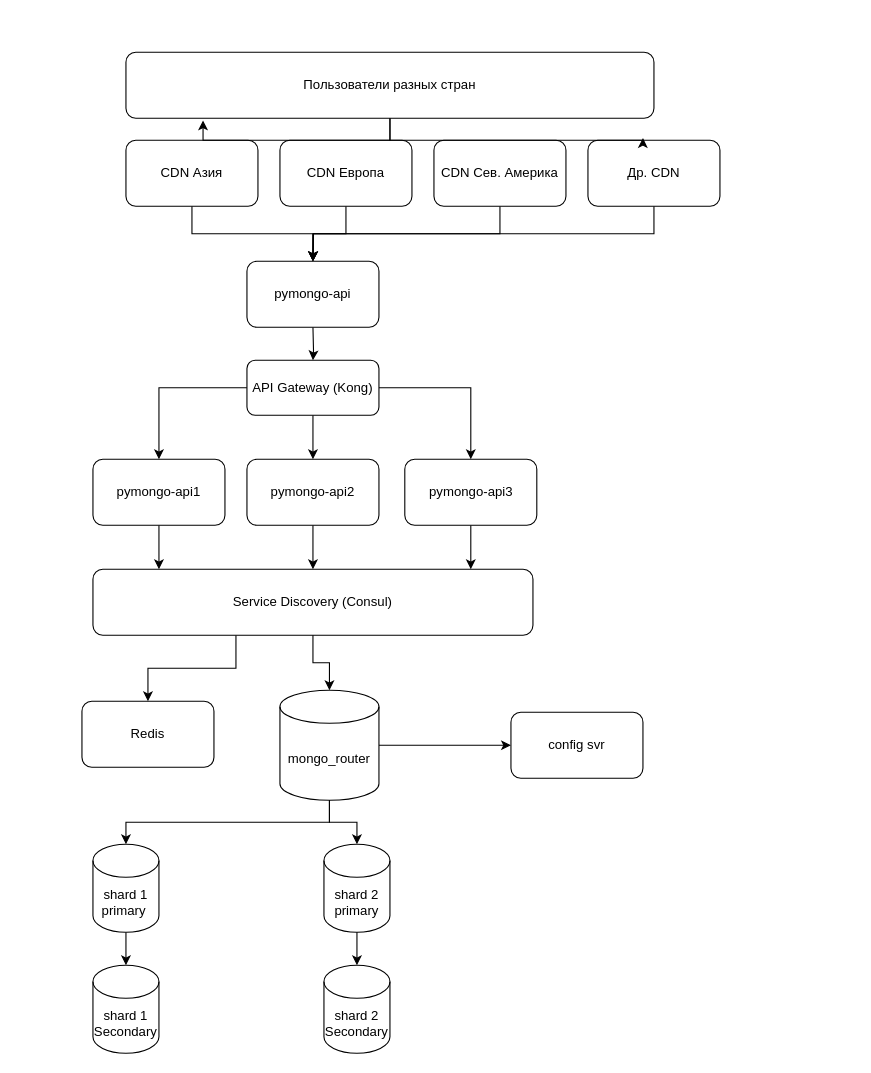
Earlier version of the draw.io diagram schemas/CDN.drawio (Gyxer513/architecture-black_friday). Source tidied: cells renumbered, new cells numbered last; positions are measured from the earlier drawing's top-left corner, leaving out a move shared by most shapes. Both pictures are drawn from the tidied source at 110%, with x=0, y=0 at pixel (81, 52).
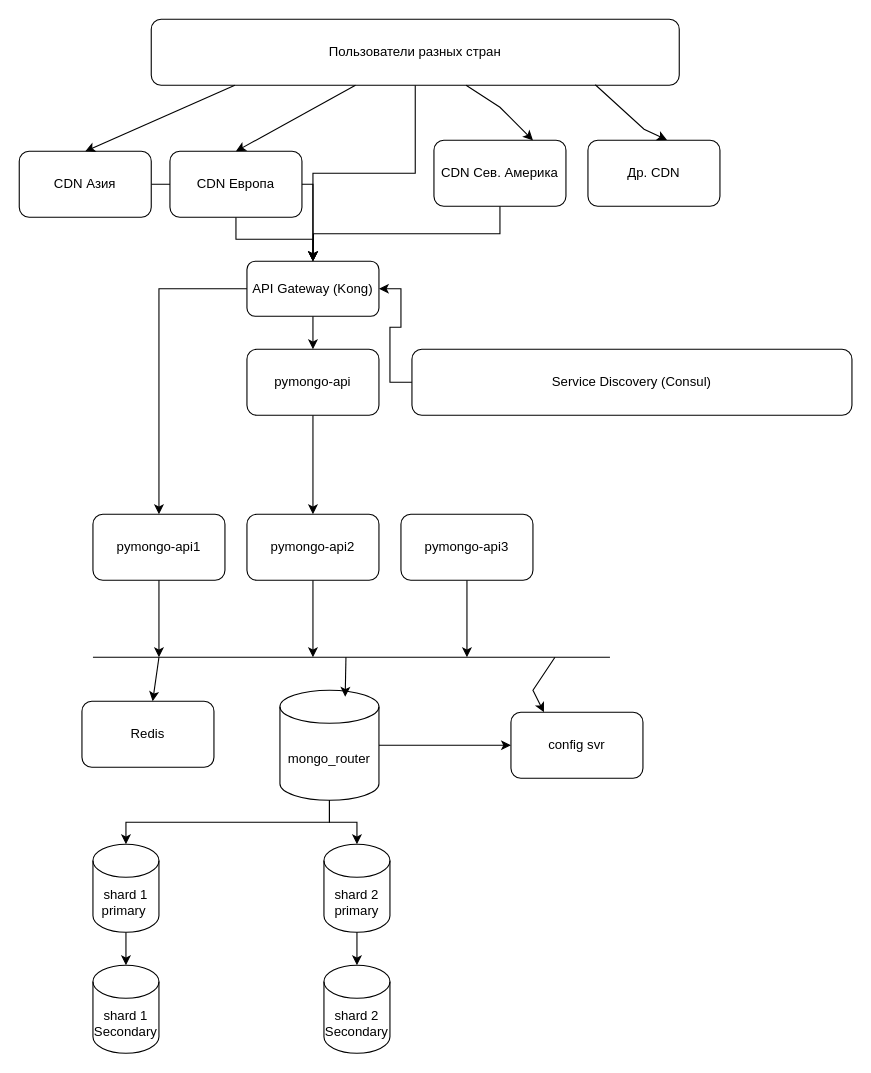
Above is the later version.

The change refers to these unchanged cells:
```xml
<mxCell id="4" value="mongo_router" style="shape=cylinder3;whiteSpace=wrap;html=1;boundedLbl=1;backgroundOutline=1;size=15;" parent="1" vertex="1">
  <mxGeometry x="180" y="580" width="90" height="100" as="geometry" />
</mxCell>
<mxCell id="7" value="config svr" style="rounded=1;whiteSpace=wrap;html=1;" parent="1" vertex="1">
  <mxGeometry x="390" y="600" width="120" height="60" as="geometry" />
</mxCell>
<mxCell id="9" value="shard 1 primary&amp;nbsp;" style="shape=cylinder3;whiteSpace=wrap;html=1;boundedLbl=1;backgroundOutline=1;size=15;" parent="1" vertex="1">
  <mxGeometry x="10" y="720" width="60" height="80" as="geometry" />
</mxCell>
<mxCell id="10" value="shard 2 primary" style="shape=cylinder3;whiteSpace=wrap;html=1;boundedLbl=1;backgroundOutline=1;size=15;" parent="1" vertex="1">
  <mxGeometry x="220" y="720" width="60" height="80" as="geometry" />
</mxCell>
<mxCell id="15" value="Redis" style="rounded=1;whiteSpace=wrap;html=1;" parent="1" vertex="1">
  <mxGeometry y="590" width="120" height="60" as="geometry" />
</mxCell>
<mxCell id="35" value="CDN Сев. Америка" style="rounded=1;whiteSpace=wrap;html=1;" parent="1" vertex="1">
  <mxGeometry x="320" y="80" width="120" height="60" as="geometry" />
</mxCell>
<mxCell id="37" value="Др. CDN" style="rounded=1;whiteSpace=wrap;html=1;" parent="1" vertex="1">
  <mxGeometry x="460" y="80" width="120" height="60" as="geometry" />
</mxCell>
```

The edit, as a diff of the source:
```diff
@@
-    <mxCell id="5" style="edgeStyle=orthogonalEdgeStyle;rounded=0;jettySize=auto;html=1;" parent="1" edge="1" source="6" target="27">
-      <mxGeometry relative="1" as="geometry">
-        <Array as="points">
-          <mxPoint x="70" y="480" />
-          <mxPoint x="70" y="480" />
-        </Array>
-      </mxGeometry>
-    </mxCell>
+    <mxCell id="40" style="edgeStyle=orthogonalEdgeStyle;rounded=0;jettySize=auto;html=1;exitX=0.5;exitY=1;exitDx=0;exitDy=0;" parent="1" edge="1" source="6">
+      <mxGeometry relative="1" as="geometry">
+        <mxPoint x="69.5" y="460" as="targetPoint" />
+      </mxGeometry>
+    </mxCell>
+    <mxCell id="41" style="edgeStyle=orthogonalEdgeStyle;rounded=0;jettySize=auto;html=1;" parent="1" edge="1" source="6">
+      <mxGeometry relative="1" as="geometry">
+        <mxPoint x="70" y="550" as="targetPoint" />
+      </mxGeometry>
+    </mxCell>
     <mxCell id="6" value="pymongo-api1" style="rounded=1;whiteSpace=wrap;html=1;" parent="1" vertex="1">
-      <mxGeometry x="10" y="370" width="120" height="60" as="geometry" />
+      <mxGeometry x="10" y="420" width="120" height="60" as="geometry" />
     </mxCell>
@@
-    <mxCell id="8" style="edgeStyle=orthogonalEdgeStyle;rounded=0;jettySize=auto;html=1;" parent="1" edge="1" source="9">
-      <mxGeometry relative="1" as="geometry">
-        <mxPoint x="40" y="830" as="targetPoint" />
-      </mxGeometry>
-    </mxCell>
+    <mxCell id="42" style="edgeStyle=orthogonalEdgeStyle;rounded=0;jettySize=auto;html=1;" parent="1" edge="1" source="9">
+      <mxGeometry relative="1" as="geometry">
+        <mxPoint x="40" y="830" as="targetPoint" />
+      </mxGeometry>
+    </mxCell>
@@
-    <mxCell id="14" style="edgeStyle=orthogonalEdgeStyle;rounded=0;jettySize=auto;html=1;entryX=0.5;entryY=0;entryDx=0;entryDy=0;entryPerimeter=0;" parent="1" edge="1" source="10">
-      <mxGeometry relative="1" as="geometry">
-        <mxPoint x="250" y="830" as="targetPoint" />
-      </mxGeometry>
-    </mxCell>
+    <mxCell id="43" style="edgeStyle=orthogonalEdgeStyle;rounded=0;jettySize=auto;html=1;entryX=0.5;entryY=0;entryDx=0;entryDy=0;entryPerimeter=0;" parent="1" edge="1" source="10">
+      <mxGeometry relative="1" as="geometry">
+        <mxPoint x="250" y="830" as="targetPoint" />
+      </mxGeometry>
+    </mxCell>
@@
-    <mxCell id="16" style="edgeStyle=orthogonalEdgeStyle;rounded=0;jettySize=auto;html=1;entryX=0.5;entryY=0;entryDx=0;entryDy=0;" parent="1" edge="1" source="17" target="27">
-      <mxGeometry relative="1" as="geometry" />
-    </mxCell>
+    <mxCell id="44" style="edgeStyle=orthogonalEdgeStyle;rounded=0;jettySize=auto;html=1;" parent="1" edge="1" source="17">
+      <mxGeometry relative="1" as="geometry">
+        <mxPoint x="210" y="550" as="targetPoint" />
+      </mxGeometry>
+    </mxCell>
     <mxCell id="17" value="pymongo-api2" style="rounded=1;whiteSpace=wrap;html=1;" parent="1" vertex="1">
-      <mxGeometry x="150" y="370" width="120" height="60" as="geometry" />
+      <mxGeometry x="150" y="420" width="120" height="60" as="geometry" />
     </mxCell>
-    <mxCell id="18" style="edgeStyle=orthogonalEdgeStyle;rounded=0;jettySize=auto;html=1;" parent="1" edge="1" source="19" target="27">
-      <mxGeometry relative="1" as="geometry">
-        <Array as="points">
-          <mxPoint x="300" y="470" />
-          <mxPoint x="300" y="470" />
-        </Array>
-      </mxGeometry>
-    </mxCell>
+    <mxCell id="45" style="edgeStyle=orthogonalEdgeStyle;rounded=0;jettySize=auto;html=1;" parent="1" edge="1" source="19">
+      <mxGeometry relative="1" as="geometry">
+        <mxPoint x="350" y="550" as="targetPoint" />
+      </mxGeometry>
+    </mxCell>
     <mxCell id="19" value="pymongo-api3" style="rounded=1;whiteSpace=wrap;html=1;" parent="1" vertex="1">
-      <mxGeometry x="293.5" y="370" width="120" height="60" as="geometry" />
+      <mxGeometry x="290" y="420" width="120" height="60" as="geometry" />
     </mxCell>
-    <mxCell id="20" style="edgeStyle=orthogonalEdgeStyle;rounded=0;jettySize=auto;html=1;" parent="1" edge="1" target="25">
-      <mxGeometry relative="1" as="geometry">
-        <mxPoint x="210" y="250" as="sourcePoint" />
-      </mxGeometry>
-    </mxCell>
+    <mxCell id="46" style="edgeStyle=orthogonalEdgeStyle;rounded=0;jettySize=auto;html=1;entryX=0.5;entryY=0;entryDx=0;entryDy=0;" parent="1" edge="1" source="21" target="17">
+      <mxGeometry relative="1" as="geometry" />
+    </mxCell>
     <mxCell id="21" value="pymongo-api" style="rounded=1;whiteSpace=wrap;html=1;" parent="1" vertex="1">
-      <mxGeometry x="150" y="190" width="120" height="60" as="geometry" />
+      <mxGeometry x="150" y="270" width="120" height="60" as="geometry" />
     </mxCell>
@@
-    <mxCell id="23" style="edgeStyle=orthogonalEdgeStyle;rounded=0;jettySize=auto;html=1;entryX=0.5;entryY=0;entryDx=0;entryDy=0;" parent="1" edge="1" source="25" target="17">
-      <mxGeometry relative="1" as="geometry" />
-    </mxCell>
-    <mxCell id="24" style="edgeStyle=orthogonalEdgeStyle;rounded=0;jettySize=auto;html=1;" parent="1" edge="1" source="25" target="19">
-      <mxGeometry relative="1" as="geometry" />
-    </mxCell>
+    <mxCell id="47" style="edgeStyle=orthogonalEdgeStyle;rounded=0;jettySize=auto;html=1;entryX=0.5;entryY=0;entryDx=0;entryDy=0;" parent="1" edge="1" source="25" target="21">
+      <mxGeometry relative="1" as="geometry" />
+    </mxCell>
     <mxCell id="25" value="API Gateway (Kong)" style="rounded=1;whiteSpace=wrap;html=1;" parent="1" vertex="1">
-      <mxGeometry x="150" y="280" width="120" height="50" as="geometry" />
+      <mxGeometry x="150" y="190" width="120" height="50" as="geometry" />
     </mxCell>
-    <mxCell id="26" style="edgeStyle=orthogonalEdgeStyle;rounded=0;jettySize=auto;html=1;" parent="1" edge="1" source="27" target="15">
-      <mxGeometry relative="1" as="geometry">
-        <Array as="points">
-          <mxPoint x="140" y="560" />
-          <mxPoint x="60" y="560" />
-        </Array>
-      </mxGeometry>
-    </mxCell>
+    <mxCell id="48" style="edgeStyle=orthogonalEdgeStyle;rounded=0;jettySize=auto;html=1;entryX=1;entryY=0.5;entryDx=0;entryDy=0;" parent="1" edge="1" source="27" target="25">
+      <mxGeometry relative="1" as="geometry" />
+    </mxCell>
     <mxCell id="27" value="Service Discovery (Consul)" style="rounded=1;whiteSpace=wrap;html=1;" parent="1" vertex="1">
-      <mxGeometry x="10" y="470" width="400" height="60" as="geometry" />
+      <mxGeometry x="300" y="270" width="400" height="60" as="geometry" />
     </mxCell>
-    <mxCell id="28" style="edgeStyle=orthogonalEdgeStyle;rounded=0;jettySize=auto;html=1;entryX=0.5;entryY=0;entryDx=0;entryDy=0;entryPerimeter=0;" parent="1" edge="1" source="27" target="4">
-      <mxGeometry relative="1" as="geometry" />
-    </mxCell>
+    <mxCell id="49" style="edgeStyle=orthogonalEdgeStyle;rounded=0;jettySize=auto;html=1;" parent="1" edge="1" source="29" target="25">
+      <mxGeometry relative="1" as="geometry" />
+    </mxCell>
     <mxCell id="29" value="Пользователи разных стран" style="rounded=1;whiteSpace=wrap;html=1;" parent="1" vertex="1">
-      <mxGeometry x="40" width="480" height="60" as="geometry" />
+      <mxGeometry x="63" y="-30" width="480" height="60" as="geometry" />
     </mxCell>
-    <mxCell id="30" style="edgeStyle=orthogonalEdgeStyle;rounded=0;jettySize=auto;html=1;" parent="1" edge="1" source="31" target="21">
-      <mxGeometry relative="1" as="geometry" />
-    </mxCell>
+    <mxCell id="50" style="edgeStyle=orthogonalEdgeStyle;rounded=0;jettySize=auto;html=1;entryX=0.5;entryY=0;entryDx=0;entryDy=0;" parent="1" edge="1" source="31" target="25">
+      <mxGeometry relative="1" as="geometry" />
+    </mxCell>
     <mxCell id="31" value="CDN Азия" style="rounded=1;whiteSpace=wrap;html=1;" parent="1" vertex="1">
-      <mxGeometry x="40" y="80" width="120" height="60" as="geometry" />
+      <mxGeometry x="-57" y="90" width="120" height="60" as="geometry" />
     </mxCell>
-    <mxCell id="32" style="edgeStyle=orthogonalEdgeStyle;rounded=0;jettySize=auto;html=1;" parent="1" edge="1" source="33">
-      <mxGeometry relative="1" as="geometry">
-        <mxPoint x="210" y="190" as="targetPoint" />
-      </mxGeometry>
-    </mxCell>
+    <mxCell id="51" style="edgeStyle=orthogonalEdgeStyle;rounded=0;jettySize=auto;html=1;" parent="1" edge="1" source="33" target="25">
+      <mxGeometry relative="1" as="geometry" />
+    </mxCell>
     <mxCell id="33" value="CDN Европа" style="rounded=1;whiteSpace=wrap;html=1;" parent="1" vertex="1">
-      <mxGeometry x="180" y="80" width="120" height="60" as="geometry" />
+      <mxGeometry x="80" y="90" width="120" height="60" as="geometry" />
     </mxCell>
-    <mxCell id="34" style="edgeStyle=orthogonalEdgeStyle;rounded=0;jettySize=auto;html=1;exitX=0.5;exitY=1;exitDx=0;exitDy=0;" parent="1" edge="1" source="35">
-      <mxGeometry relative="1" as="geometry">
-        <mxPoint x="210" y="190" as="targetPoint" />
-      </mxGeometry>
-    </mxCell>
+    <mxCell id="52" style="edgeStyle=orthogonalEdgeStyle;rounded=0;jettySize=auto;html=1;exitX=0.5;exitY=1;exitDx=0;exitDy=0;" parent="1" edge="1" source="35">
+      <mxGeometry relative="1" as="geometry">
+        <mxPoint x="210" y="190" as="targetPoint" />
+      </mxGeometry>
+    </mxCell>
@@
-    <mxCell id="36" style="edgeStyle=orthogonalEdgeStyle;rounded=0;jettySize=auto;html=1;exitX=0.5;exitY=1;exitDx=0;exitDy=0;entryX=0.5;entryY=0;entryDx=0;entryDy=0;" parent="1" edge="1" source="37" target="21">
-      <mxGeometry relative="1" as="geometry" />
-    </mxCell>
@@
-    <mxCell id="38" style="edgeStyle=orthogonalEdgeStyle;rounded=0;orthogonalLoop=1;jettySize=auto;html=1;exitX=0.5;exitY=1;exitDx=0;exitDy=0;entryX=0.146;entryY=1.033;entryDx=0;entryDy=0;entryPerimeter=0;" parent="1" edge="1" source="29" target="29">
-      <mxGeometry relative="1" as="geometry" />
-    </mxCell>
+    <mxCell id="53" style="endArrow=none;html=1;rounded=0;" parent="1" edge="1">
+      <mxGeometry relative="1" as="geometry">
+        <mxPoint x="10" y="550" as="sourcePoint" />
+        <mxPoint x="480" y="550" as="targetPoint" />
+        <Array as="points">
+          <mxPoint x="90" y="550" />
+        </Array>
+      </mxGeometry>
+    </mxCell>
+    <mxCell id="54" style="endArrow=classic;html=1;rounded=0;" parent="1" edge="1" target="15">
+      <mxGeometry relative="1" as="geometry">
+        <mxPoint x="70" y="550" as="sourcePoint" />
+      </mxGeometry>
+    </mxCell>
+    <mxCell id="55" style="endArrow=classic;html=1;rounded=0;entryX=0.25;entryY=0;entryDx=0;entryDy=0;" parent="1" edge="1" target="7">
+      <mxGeometry relative="1" as="geometry">
+        <mxPoint x="430" y="550" as="sourcePoint" />
+        <Array as="points">
+          <mxPoint x="410" y="580" />
+        </Array>
+      </mxGeometry>
+    </mxCell>
+    <mxCell id="56" style="endArrow=classic;html=1;rounded=0;entryX=0.659;entryY=0.06;entryDx=0;entryDy=0;entryPerimeter=0;" parent="1" edge="1" target="4">
+      <mxGeometry relative="1" as="geometry">
+        <mxPoint x="240" y="550" as="sourcePoint" />
+      </mxGeometry>
+    </mxCell>
+    <mxCell id="57" style="endArrow=classic;html=1;rounded=0;entryX=0.5;entryY=0;entryDx=0;entryDy=0;" parent="1" edge="1" source="29" target="33">
+      <mxGeometry relative="1" as="geometry" />
+    </mxCell>
+    <mxCell id="58" style="endArrow=classic;html=1;rounded=0;entryX=0.5;entryY=0;entryDx=0;entryDy=0;" parent="1" edge="1" target="31">
+      <mxGeometry relative="1" as="geometry">
+        <mxPoint x="139" y="30" as="sourcePoint" />
+      </mxGeometry>
+    </mxCell>
+    <mxCell id="59" style="endArrow=classic;html=1;rounded=0;entryX=0.75;entryY=0;entryDx=0;entryDy=0;" parent="1" edge="1" source="29" target="35">
+      <mxGeometry relative="1" as="geometry">
+        <Array as="points">
+          <mxPoint x="380" y="50" />
+        </Array>
+      </mxGeometry>
+    </mxCell>
-    <mxCell id="39" style="edgeStyle=orthogonalEdgeStyle;rounded=0;jettySize=auto;html=1;entryX=0.417;entryY=-0.033;entryDx=0;entryDy=0;entryPerimeter=0;" parent="1" edge="1" source="29" target="37">
-      <mxGeometry relative="1" as="geometry" />
+    <mxCell id="39" style="endArrow=classic;html=1;rounded=0;entryX=0.599;entryY=-0.005;entryDx=0;entryDy=0;exitX=0.841;exitY=0.992;exitDx=0;exitDy=0;exitPerimeter=0;entryPerimeter=0;" parent="1" edge="1" source="29" target="37">
+      <mxGeometry relative="1" as="geometry">
+        <Array as="points">
+          <mxPoint x="511" y="70" />
+        </Array>
+      </mxGeometry>
     </mxCell>
```
